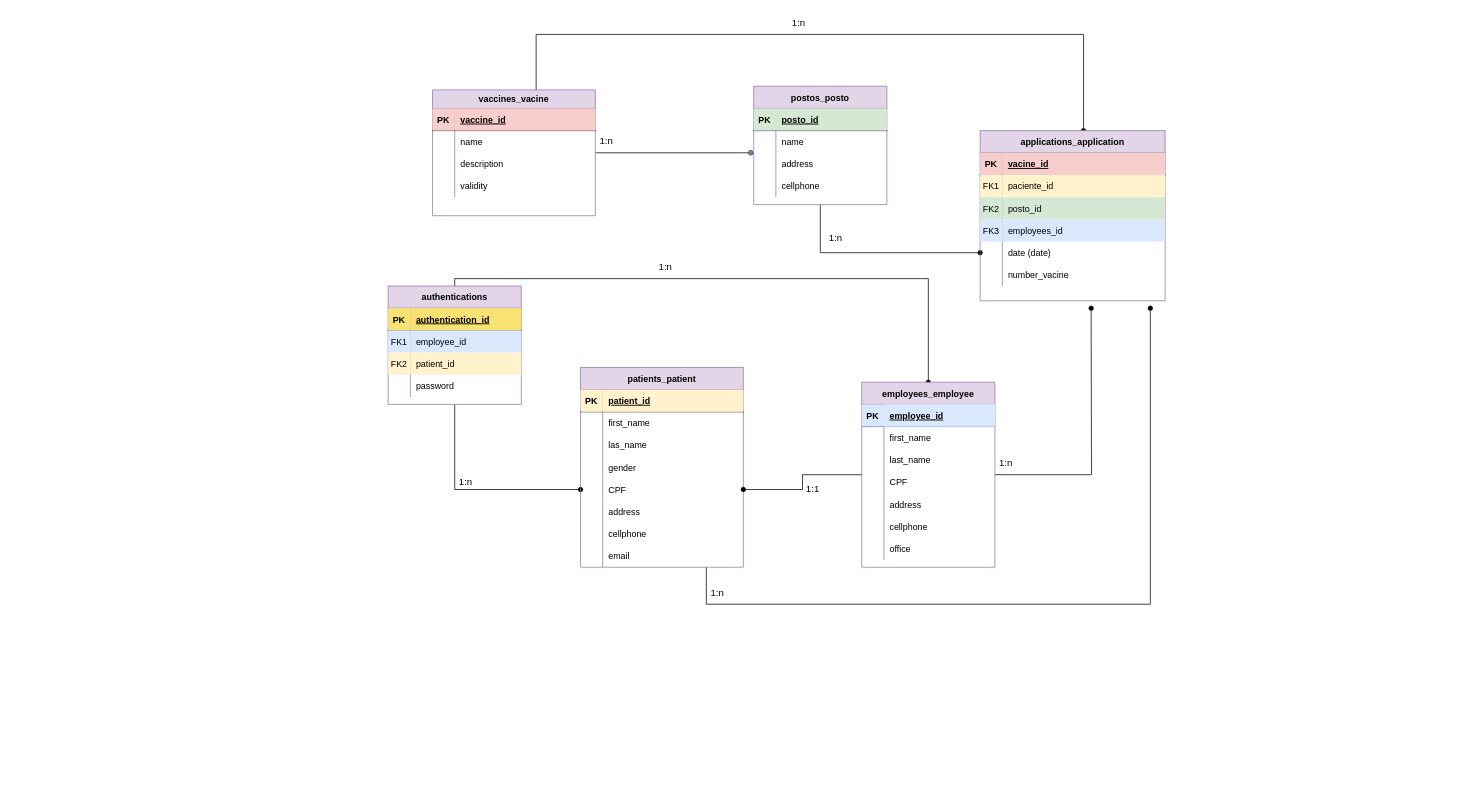
The draw.io diagram GRUPO 01 - Sistema Unificado de Vacinação (SuvApp).drawio in anleaes/2021-1-N2-dev01, before the edit. Source tidied: cells renumbered, new cells numbered last; positions are measured from the earlier drawing's top-left corner, leaving out a move shared by most shapes. Both pictures are drawn from the tidied source at 74%, with x=0, y=0 at pixel (388, 12).
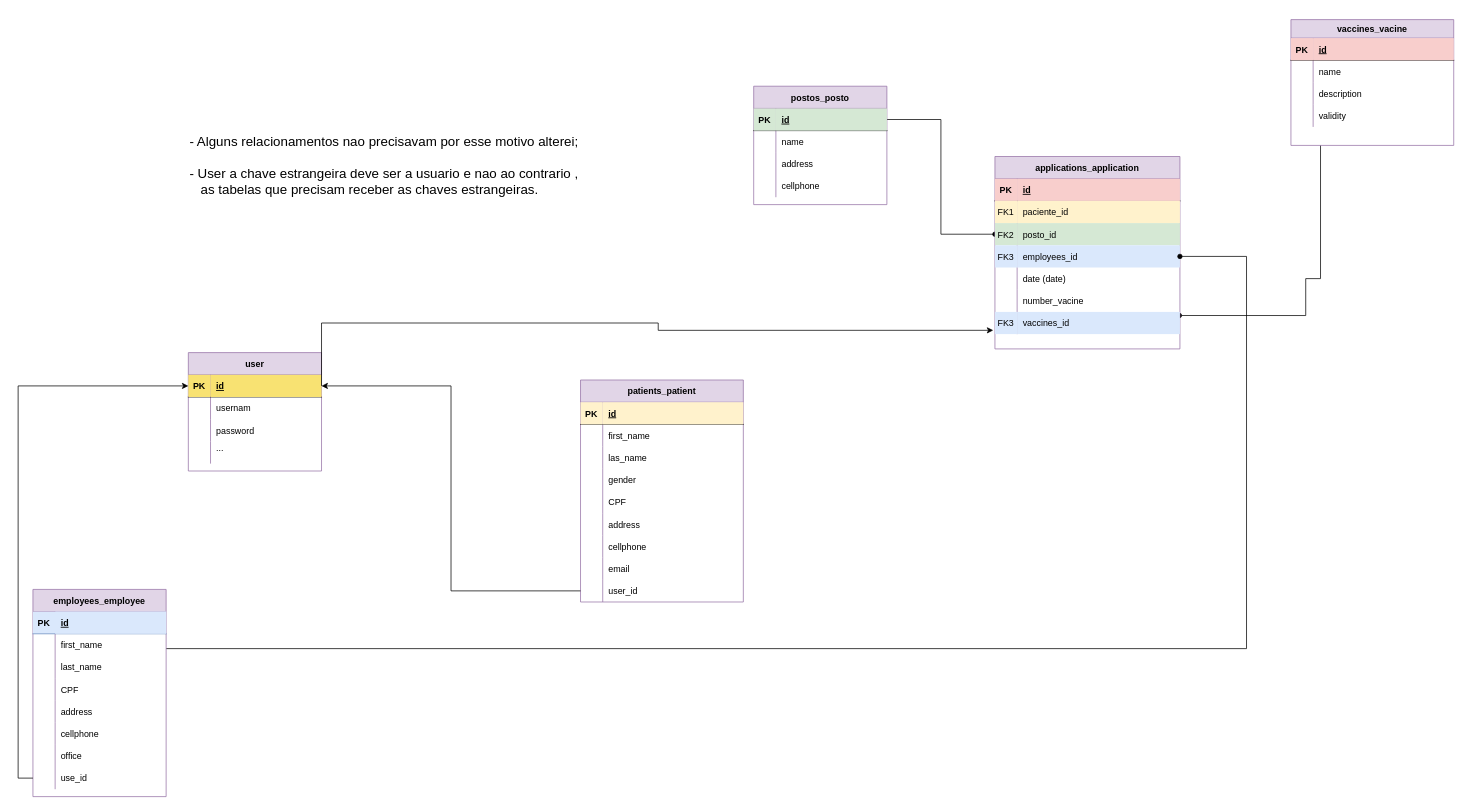
The same diagram, later.

Unchanged cells that the change refers to:
```xml
<mxCell id="5" style="shape=partialRectangle;fillColor=none;top=0;left=0;bottom=1;right=0;points=[[0,0.5],[1,0.5]];portConstraint=eastwest;" parent="4" vertex="1">
  <mxGeometry y="30" width="180" height="30" as="geometry" />
</mxCell>
<mxCell id="19" style="shape=partialRectangle;fillColor=none;top=0;left=0;bottom=1;right=0;" parent="18" vertex="1">
  <mxGeometry y="30" width="220" height="30" as="geometry" />
</mxCell>
<mxCell id="31" style="shape=partialRectangle;fillColor=none;top=0;left=0;bottom=0;right=0;points=[[0,0.5],[1,0.5]];portConstraint=eastwest;" parent="18" vertex="1">
  <mxGeometry y="150" width="220" height="30" as="geometry" />
</mxCell>
<mxCell id="44" value="postos_posto" style="shape=table;startSize=30;childLayout=tableLayout;rowLines=0;fontStyle=1;align=center;fillColor=#e1d5e7;strokeColor=#9673a6;" parent="1" vertex="1">
  <mxGeometry x="494" y="100" width="180" height="160" as="geometry" />
</mxCell>
<mxCell id="45" style="shape=partialRectangle;fillColor=none;top=0;left=0;bottom=1;right=0;points=[[0,0.5],[1,0.5]];portConstraint=eastwest;" parent="44" vertex="1">
  <mxGeometry y="30" width="180" height="30" as="geometry" />
</mxCell>
<mxCell id="60" style="shape=partialRectangle;fillColor=none;top=0;left=0;bottom=1;right=0;" parent="59" vertex="1">
  <mxGeometry y="25" width="220" height="30" as="geometry" />
</mxCell>
<mxCell id="73" style="shape=partialRectangle;fillColor=none;top=0;left=0;bottom=1;right=0;" parent="72" vertex="1">
  <mxGeometry y="30" width="250" height="30" as="geometry" />
</mxCell>
<mxCell id="79" style="shape=partialRectangle;fillColor=none;top=0;left=0;bottom=0;right=0;points=[[0,0.5],[1,0.5]];portConstraint=eastwest;" parent="72" vertex="1">
  <mxGeometry y="90" width="250" height="30" as="geometry" />
</mxCell>
<mxCell id="82" style="shape=partialRectangle;fillColor=none;top=0;left=0;bottom=0;right=0;points=[[0,0.5],[1,0.5]];portConstraint=eastwest;" parent="72" vertex="1">
  <mxGeometry y="120" width="250" height="30" as="geometry" />
</mxCell>
<mxCell id="85" style="shape=partialRectangle;fillColor=none;top=0;left=0;bottom=0;right=0;points=[[0,0.5],[1,0.5]];portConstraint=eastwest;" parent="72" vertex="1">
  <mxGeometry y="150" width="250" height="30" as="geometry" />
</mxCell>
<mxCell id="94" style="shape=partialRectangle;fillColor=#dae8fc;top=0;left=0;bottom=1;right=0;strokeColor=#6c8ebf;" parent="93" vertex="1">
  <mxGeometry y="30" width="180" height="30" as="geometry" />
</mxCell>
```

Diff of the diagram source:
```diff
@@
-    <mxCell id="2" style="edgeStyle=orthogonalEdgeStyle;rounded=0;jettySize=auto;html=1;exitX=0.5;exitY=0;exitDx=0;exitDy=0;entryX=0.5;entryY=0;entryDx=0;entryDy=0;endArrow=oval;endFill=1;" parent="1" edge="1" source="4" target="93">
-      <mxGeometry relative="1" as="geometry">
-        <Array as="points">
-          <mxPoint x="90" y="360" />
-          <mxPoint x="730" y="360" />
-        </Array>
-      </mxGeometry>
-    </mxCell>
-    <mxCell id="3" style="edgeStyle=orthogonalEdgeStyle;rounded=0;jettySize=auto;html=1;entryX=0;entryY=0.5;entryDx=0;entryDy=0;endArrow=oval;endFill=1;" parent="1" edge="1" source="4" target="31">
-      <mxGeometry relative="1" as="geometry" />
-    </mxCell>
-    <mxCell id="4" value="authentications" style="shape=table;startSize=30;childLayout=tableLayout;rowLines=0;fontStyle=1;align=center;strokeColor=#9673a6;fillColor=#e1d5e7;" parent="1" vertex="1">
-      <mxGeometry y="370" width="180" height="160" as="geometry" />
+    <mxCell id="4" value="user" style="shape=table;startSize=30;childLayout=tableLayout;rowLines=0;fontStyle=1;align=center;strokeColor=#9673a6;fillColor=#e1d5e7;" parent="1" vertex="1">
+      <mxGeometry x="-270" y="460" width="180" height="160" as="geometry" />
     </mxCell>
@@
-    <mxCell id="7" value="authentication_id" style="shape=partialRectangle;top=0;left=0;bottom=0;right=0;align=left;spacingLeft=6;fontStyle=5;overflow=hidden;fontColor=#000000;strokeColor=#B09500;fillColor=#F8E272;" parent="5" vertex="1">
+    <mxCell id="7" value="id" style="shape=partialRectangle;top=0;left=0;bottom=0;right=0;align=left;spacingLeft=6;fontStyle=5;overflow=hidden;fontColor=#000000;strokeColor=#B09500;fillColor=#F8E272;" parent="5" vertex="1">
       <mxGeometry x="30" width="150" height="30" as="geometry" />
     </mxCell>
-    <mxCell id="8" style="shape=partialRectangle;fillColor=none;top=0;left=0;bottom=0;right=0;" parent="4" vertex="1">
-      <mxGeometry y="60" width="180" height="30" as="geometry" />
-    </mxCell>
-    <mxCell id="9" value="FK1" style="shape=partialRectangle;fillColor=#dae8fc;top=0;left=0;bottom=0;right=0;overflow=hidden;strokeColor=#6c8ebf;" parent="8" vertex="1">
-      <mxGeometry width="30" height="30" as="geometry" />
-    </mxCell>
-    <mxCell id="10" value="employee_id" style="shape=partialRectangle;fillColor=#dae8fc;top=0;left=0;bottom=0;right=0;align=left;spacingLeft=6;overflow=hidden;strokeColor=#6c8ebf;" parent="8" vertex="1">
-      <mxGeometry x="30" width="150" height="30" as="geometry" />
-    </mxCell>
-    <mxCell id="11" style="shape=partialRectangle;fillColor=none;top=0;left=0;bottom=0;right=0;" parent="4" vertex="1">
-      <mxGeometry y="90" width="180" height="30" as="geometry" />
-    </mxCell>
-    <mxCell id="12" value="FK2" style="shape=partialRectangle;fillColor=#fff2cc;top=0;left=0;bottom=0;right=0;overflow=hidden;strokeColor=#d6b656;" parent="11" vertex="1">
-      <mxGeometry width="30" height="30" as="geometry" />
-    </mxCell>
-    <mxCell id="13" value="patient_id" style="shape=partialRectangle;fillColor=#fff2cc;top=0;left=0;bottom=0;right=0;align=left;spacingLeft=6;overflow=hidden;strokeColor=#d6b656;" parent="11" vertex="1">
-      <mxGeometry x="30" width="150" height="30" as="geometry" />
-    </mxCell>
     <mxCell id="14" style="shape=partialRectangle;fillColor=none;top=0;left=0;bottom=0;right=0;" parent="4" vertex="1">
-      <mxGeometry y="120" width="180" height="30" as="geometry" />
+      <mxGeometry y="60" width="180" height="30" as="geometry" />
     </mxCell>
@@
-    <mxCell id="16" value="password" style="shape=partialRectangle;fillColor=none;top=0;left=0;bottom=0;right=0;align=left;spacingLeft=6;overflow=hidden;" parent="14" vertex="1">
+    <mxCell id="16" value="usernam" style="shape=partialRectangle;fillColor=none;top=0;left=0;bottom=0;right=0;align=left;spacingLeft=6;overflow=hidden;" parent="14" vertex="1">
       <mxGeometry x="30" width="150" height="30" as="geometry" />
     </mxCell>
-    <mxCell id="17" style="edgeStyle=orthogonalEdgeStyle;rounded=0;jettySize=auto;html=1;endArrow=oval;endFill=1;" parent="1" edge="1" source="18">
-      <mxGeometry relative="1" as="geometry">
-        <mxPoint x="1030" y="400" as="targetPoint" />
-        <Array as="points">
-          <mxPoint x="430" y="800" />
-          <mxPoint x="1030" y="800" />
-        </Array>
-      </mxGeometry>
-    </mxCell>
+    <mxCell id="11" style="shape=partialRectangle;fillColor=none;top=0;left=0;bottom=0;right=0;" parent="4" vertex="1">
+      <mxGeometry y="90" width="180" height="30" as="geometry" />
+    </mxCell>
+    <mxCell id="124" style="shape=partialRectangle;fillColor=none;top=0;left=0;bottom=0;right=0;overflow=hidden;" parent="11" vertex="1">
+      <mxGeometry width="30" height="30" as="geometry" />
+    </mxCell>
+    <mxCell id="125" value="password" style="shape=partialRectangle;fillColor=none;top=0;left=0;bottom=0;right=0;align=left;spacingLeft=6;overflow=hidden;" parent="11" vertex="1">
+      <mxGeometry x="30" width="150" height="30" as="geometry" />
+    </mxCell>
+    <mxCell id="126" style="shape=partialRectangle;fillColor=none;top=0;left=0;bottom=0;right=0;" parent="4" vertex="1">
+      <mxGeometry y="120" width="180" height="30" as="geometry" />
+    </mxCell>
+    <mxCell id="127" style="shape=partialRectangle;fillColor=none;top=0;left=0;bottom=0;right=0;overflow=hidden;" parent="126" vertex="1">
+      <mxGeometry width="30" height="30" as="geometry" />
+    </mxCell>
+    <mxCell id="128" value="...&#10;" style="shape=partialRectangle;fillColor=none;top=0;left=0;bottom=0;right=0;align=left;spacingLeft=6;overflow=hidden;" parent="126" vertex="1">
+      <mxGeometry x="30" width="150" height="30" as="geometry" />
+    </mxCell>
     <mxCell id="18" value="patients_patient" style="shape=table;startSize=30;childLayout=tableLayout;rowLines=0;fontStyle=1;align=center;fillColor=#e1d5e7;strokeColor=#9673a6;" parent="1" vertex="1">
-      <mxGeometry x="260" y="480" width="220" height="270" as="geometry" />
+      <mxGeometry x="260" y="497" width="220" height="300" as="geometry" />
     </mxCell>
@@
-    <mxCell id="21" value="patient_id" style="shape=partialRectangle;fillColor=#fff2cc;top=0;left=0;bottom=0;right=0;align=left;spacingLeft=6;fontStyle=5;overflow=hidden;strokeColor=#d6b656;" parent="19" vertex="1">
+    <mxCell id="21" value="id" style="shape=partialRectangle;fillColor=#fff2cc;top=0;left=0;bottom=0;right=0;align=left;spacingLeft=6;fontStyle=5;overflow=hidden;strokeColor=#d6b656;" parent="19" vertex="1">
       <mxGeometry x="30" width="190" height="30" as="geometry" />
     </mxCell>
@@
+    <mxCell id="129" style="shape=partialRectangle;fillColor=none;top=0;left=0;bottom=0;right=0;points=[[0,0.5],[1,0.5]];portConstraint=eastwest;" parent="18" vertex="1">
+      <mxGeometry y="270" width="220" height="30" as="geometry" />
+    </mxCell>
+    <mxCell id="130" style="shape=partialRectangle;fillColor=none;top=0;left=0;bottom=0;right=0;overflow=hidden;" parent="129" vertex="1">
+      <mxGeometry width="30" height="30" as="geometry" />
+    </mxCell>
+    <mxCell id="131" value="user_id" style="shape=partialRectangle;fillColor=none;top=0;left=0;bottom=0;right=0;align=left;spacingLeft=6;overflow=hidden;" parent="129" vertex="1">
+      <mxGeometry x="30" width="190" height="30" as="geometry" />
+    </mxCell>
-    <mxCell id="43" style="edgeStyle=orthogonalEdgeStyle;rounded=0;jettySize=auto;html=1;exitX=0.5;exitY=1;exitDx=0;exitDy=0;entryX=0;entryY=0.5;entryDx=0;entryDy=0;endArrow=oval;endFill=1;" parent="1" edge="1" source="44" target="85">
+    <mxCell id="43" style="edgeStyle=orthogonalEdgeStyle;rounded=0;jettySize=auto;html=1;exitX=1;exitY=0.5;exitDx=0;exitDy=0;entryX=0;entryY=0.5;entryDx=0;entryDy=0;endArrow=oval;endFill=1;" parent="1" edge="1" source="45" target="79">
       <mxGeometry relative="1" as="geometry" />
     </mxCell>
@@
-    <mxCell id="47" value="posto_id" style="shape=partialRectangle;fillColor=#d5e8d4;top=0;left=0;bottom=0;right=0;align=left;spacingLeft=6;fontStyle=5;overflow=hidden;strokeColor=#82b366;" parent="45" vertex="1">
+    <mxCell id="47" value="id" style="shape=partialRectangle;fillColor=#d5e8d4;top=0;left=0;bottom=0;right=0;align=left;spacingLeft=6;fontStyle=5;overflow=hidden;strokeColor=#82b366;" parent="45" vertex="1">
       <mxGeometry x="30" width="150" height="30" as="geometry" />
     </mxCell>
@@
-    <mxCell id="57" style="edgeStyle=orthogonalEdgeStyle;rounded=0;jettySize=auto;html=1;entryX=0.559;entryY=0.001;entryDx=0;entryDy=0;entryPerimeter=0;endArrow=oval;endFill=1;" parent="1" edge="1" source="59" target="72">
+    <mxCell id="57" style="edgeStyle=orthogonalEdgeStyle;rounded=0;jettySize=auto;html=1;endArrow=oval;endFill=1;entryX=0.997;entryY=0.162;entryDx=0;entryDy=0;entryPerimeter=0;" parent="1" edge="1" source="59" target="132">
       <mxGeometry relative="1" as="geometry">
         <Array as="points">
-          <mxPoint x="200" y="30" />
-          <mxPoint x="940" y="30" />
+          <mxPoint x="1260" y="360" />
+          <mxPoint x="1240" y="360" />
+          <mxPoint x="1240" y="410" />
         </Array>
       </mxGeometry>
     </mxCell>
-    <mxCell id="58" style="edgeStyle=orthogonalEdgeStyle;rounded=0;jettySize=auto;html=1;entryX=0.7;entryY=0.633;entryDx=0;entryDy=0;entryPerimeter=0;endArrow=oval;endFill=1;" parent="1" edge="1" source="59" target="115">
-      <mxGeometry relative="1" as="geometry" />
-    </mxCell>
     <mxCell id="59" value="vaccines_vacine" style="shape=table;startSize=25;childLayout=tableLayout;rowLines=0;fontStyle=1;align=center;fillColor=#e1d5e7;strokeColor=#9673a6;" parent="1" vertex="1">
-      <mxGeometry x="60" y="105" width="220" height="170" as="geometry" />
+      <mxGeometry x="1220" y="10" width="220" height="170" as="geometry" />
     </mxCell>
@@
-    <mxCell id="62" value="vaccine_id" style="shape=partialRectangle;fillColor=#f8cecc;top=0;left=0;bottom=0;right=0;align=left;spacingLeft=6;fontStyle=5;overflow=hidden;strokeColor=#b85450;" parent="60" vertex="1">
+    <mxCell id="62" value="id" style="shape=partialRectangle;fillColor=#f8cecc;top=0;left=0;bottom=0;right=0;align=left;spacingLeft=6;fontStyle=5;overflow=hidden;strokeColor=#b85450;" parent="60" vertex="1">
       <mxGeometry x="30" width="190" height="30" as="geometry" />
     </mxCell>
@@
     <mxCell id="72" value="applications_application" style="shape=table;startSize=30;childLayout=tableLayout;rowLines=0;fontStyle=1;align=center;fillColor=#e1d5e7;strokeColor=#9673a6;" parent="1" vertex="1">
-      <mxGeometry x="800" y="160" width="250" height="230" as="geometry" />
+      <mxGeometry x="820" y="195" width="250" height="260" as="geometry" />
     </mxCell>
@@
-    <mxCell id="75" value="vacine_id" style="shape=partialRectangle;fillColor=#f8cecc;top=0;left=0;bottom=0;right=0;align=left;spacingLeft=6;fontStyle=5;overflow=hidden;strokeColor=#b85450;" parent="73" vertex="1">
+    <mxCell id="75" value="id" style="shape=partialRectangle;fillColor=#f8cecc;top=0;left=0;bottom=0;right=0;align=left;spacingLeft=6;fontStyle=5;overflow=hidden;strokeColor=#b85450;" parent="73" vertex="1">
       <mxGeometry x="30" width="220" height="30" as="geometry" />
     </mxCell>
@@
+    <mxCell id="132" style="shape=partialRectangle;fillColor=none;top=0;left=0;bottom=0;right=0;points=[[0,0.5],[1,0.5]];portConstraint=eastwest;" parent="72" vertex="1">
+      <mxGeometry y="210" width="250" height="30" as="geometry" />
+    </mxCell>
+    <mxCell id="133" value="FK3" style="shape=partialRectangle;fillColor=#dae8fc;top=0;left=0;bottom=0;right=0;overflow=hidden;strokeColor=#6c8ebf;" parent="132" vertex="1">
+      <mxGeometry width="30" height="30" as="geometry" />
+    </mxCell>
+    <mxCell id="134" value="vaccines_id" style="shape=partialRectangle;fillColor=#dae8fc;top=0;left=0;bottom=0;right=0;align=left;spacingLeft=6;overflow=hidden;strokeColor=#6c8ebf;" parent="132" vertex="1">
+      <mxGeometry x="30" width="220" height="30" as="geometry" />
+    </mxCell>
-    <mxCell id="91" style="edgeStyle=orthogonalEdgeStyle;rounded=0;jettySize=auto;html=1;endArrow=oval;endFill=1;" parent="1" edge="1" source="93">
+    <mxCell id="91" style="edgeStyle=orthogonalEdgeStyle;rounded=0;jettySize=auto;html=1;endArrow=oval;endFill=1;entryX=1;entryY=0.5;entryDx=0;entryDy=0;" parent="1" edge="1" source="93" target="82">
       <mxGeometry relative="1" as="geometry">
-        <mxPoint x="950" y="400" as="targetPoint" />
+        <Array as="points">
+          <mxPoint x="1160" y="860" />
+          <mxPoint x="1160" y="330" />
+        </Array>
       </mxGeometry>
     </mxCell>
-    <mxCell id="92" style="edgeStyle=orthogonalEdgeStyle;rounded=0;jettySize=auto;html=1;entryX=1;entryY=0.5;entryDx=0;entryDy=0;endArrow=oval;endFill=1;" parent="1" edge="1" source="93" target="31">
-      <mxGeometry relative="1" as="geometry" />
-    </mxCell>
     <mxCell id="93" value="employees_employee" style="shape=table;startSize=30;childLayout=tableLayout;rowLines=0;fontStyle=1;align=center;fillColor=#e1d5e7;strokeColor=#9673a6;" parent="1" vertex="1">
-      <mxGeometry x="640" y="500" width="180" height="250" as="geometry" />
+      <mxGeometry x="-480" y="780" width="180" height="280" as="geometry" />
     </mxCell>
@@
-    <mxCell id="96" value="employee_id" style="shape=partialRectangle;fillColor=#dae8fc;top=0;left=0;bottom=0;right=0;align=left;spacingLeft=6;fontStyle=5;overflow=hidden;strokeColor=#6c8ebf;" parent="94" vertex="1">
+    <mxCell id="96" value="id" style="shape=partialRectangle;fillColor=#dae8fc;top=0;left=0;bottom=0;right=0;align=left;spacingLeft=6;fontStyle=5;overflow=hidden;strokeColor=#6c8ebf;" parent="94" vertex="1">
       <mxGeometry x="30" width="150" height="30" as="geometry" />
     </mxCell>
@@
-    <mxCell id="115" style="shape=waypoint;size=6;points=[];fillColor=#e1d5e7;perimeter=centerPerimeter;snapToPoint=1;fontStyle=1;strokeColor=#9673a6;startSize=30;" parent="1" vertex="1">
-      <mxGeometry x="470" y="170" width="40" height="40" as="geometry" />
-    </mxCell>
-    <mxCell id="116" value="1:n" style="text;strokeColor=none;fillColor=none;spacingLeft=4;spacingRight=4;overflow=hidden;fontSize=13;" parent="1" vertex="1">
-      <mxGeometry x="430" y="770" width="50" height="40" as="geometry" />
-    </mxCell>
-    <mxCell id="117" value="1:n" style="text;strokeColor=none;fillColor=none;spacingLeft=4;spacingRight=4;overflow=hidden;fontSize=13;" parent="1" vertex="1">
-      <mxGeometry x="90" y="620" width="40" height="30" as="geometry" />
-    </mxCell>
-    <mxCell id="118" value="1:n" style="text;strokeColor=none;fillColor=none;spacingLeft=4;spacingRight=4;overflow=hidden;fontSize=13;" parent="1" vertex="1">
-      <mxGeometry x="360" y="330" width="40" height="30" as="geometry" />
-    </mxCell>
-    <mxCell id="119" value="1:n" style="text;strokeColor=none;fillColor=none;spacingLeft=4;spacingRight=4;overflow=hidden;fontSize=13;" parent="1" vertex="1">
-      <mxGeometry x="280" y="160" width="50" height="40" as="geometry" />
-    </mxCell>
-    <mxCell id="120" value="1:n" style="text;strokeColor=none;fillColor=none;spacingLeft=4;spacingRight=4;overflow=hidden;fontSize=13;" parent="1" vertex="1">
-      <mxGeometry x="540" width="50" height="40" as="geometry" />
-    </mxCell>
-    <mxCell id="121" value="1:n" style="text;strokeColor=none;fillColor=none;spacingLeft=4;spacingRight=4;overflow=hidden;fontSize=13;" parent="1" vertex="1">
-      <mxGeometry x="590" y="290" width="50" height="40" as="geometry" />
-    </mxCell>
-    <mxCell id="122" value="1:n" style="text;strokeColor=none;fillColor=none;spacingLeft=4;spacingRight=4;overflow=hidden;fontSize=13;" parent="1" vertex="1">
-      <mxGeometry x="820" y="595" width="50" height="40" as="geometry" />
-    </mxCell>
-    <mxCell id="123" value="1:1" style="text;strokeColor=none;fillColor=none;spacingLeft=4;spacingRight=4;overflow=hidden;fontSize=13;" parent="1" vertex="1">
-      <mxGeometry x="559" y="630" width="50" height="40" as="geometry" />
-    </mxCell>
+    <mxCell id="135" style="shape=partialRectangle;fillColor=none;top=0;left=0;bottom=0;right=0;points=[[0,0.5],[1,0.5]];portConstraint=eastwest;" parent="93" vertex="1">
+      <mxGeometry y="240" width="180" height="30" as="geometry" />
+    </mxCell>
+    <mxCell id="136" style="shape=partialRectangle;fillColor=none;top=0;left=0;bottom=0;right=0;overflow=hidden;" parent="135" vertex="1">
+      <mxGeometry width="30" height="30" as="geometry" />
+    </mxCell>
+    <mxCell id="137" value="use_id" style="shape=partialRectangle;fillColor=none;top=0;left=0;bottom=0;right=0;align=left;spacingLeft=6;overflow=hidden;" parent="135" vertex="1">
+      <mxGeometry x="30" width="150" height="30" as="geometry" />
+    </mxCell>
+    <mxCell id="138" value="&lt;font style=&quot;font-size: 18px&quot;&gt;- Alguns relacionamentos nao precisavam por esse motivo alterei;&lt;br&gt;&lt;br&gt;- User a chave estrangeira deve ser a usuario e nao ao contrario ,&lt;br&gt;&amp;nbsp; &amp;nbsp;as tabelas que precisam receber as chaves estrangeiras.&lt;br&gt;&lt;br&gt;&lt;br&gt;&lt;br&gt;&lt;/font&gt;" style="text;html=1;align=left;verticalAlign=middle;strokeColor=none;" parent="1" vertex="1">
+      <mxGeometry x="-270" y="180" width="540" height="120" as="geometry" />
+    </mxCell>
+    <mxCell id="139" style="edgeStyle=orthogonalEdgeStyle;rounded=0;jettySize=auto;html=1;exitX=0;exitY=0.5;exitDx=0;exitDy=0;entryX=1;entryY=0.5;entryDx=0;entryDy=0;" parent="1" edge="1" source="129" target="5">
+      <mxGeometry relative="1" as="geometry" />
+    </mxCell>
+    <mxCell id="140" style="edgeStyle=orthogonalEdgeStyle;rounded=0;jettySize=auto;html=1;exitX=0;exitY=0.5;exitDx=0;exitDy=0;entryX=0;entryY=0.5;entryDx=0;entryDy=0;" parent="1" edge="1" source="135" target="5">
+      <mxGeometry relative="1" as="geometry" />
+    </mxCell>
+    <mxCell id="141" style="edgeStyle=orthogonalEdgeStyle;rounded=0;jettySize=auto;html=1;exitX=1;exitY=0.5;exitDx=0;exitDy=0;entryX=-0.009;entryY=0.829;entryDx=0;entryDy=0;entryPerimeter=0;" parent="1" edge="1" source="5" target="132">
+      <mxGeometry relative="1" as="geometry">
+        <Array as="points">
+          <mxPoint x="-90" y="420" />
+          <mxPoint x="365" y="420" />
+          <mxPoint x="365" y="430" />
+        </Array>
+      </mxGeometry>
+    </mxCell>
```
